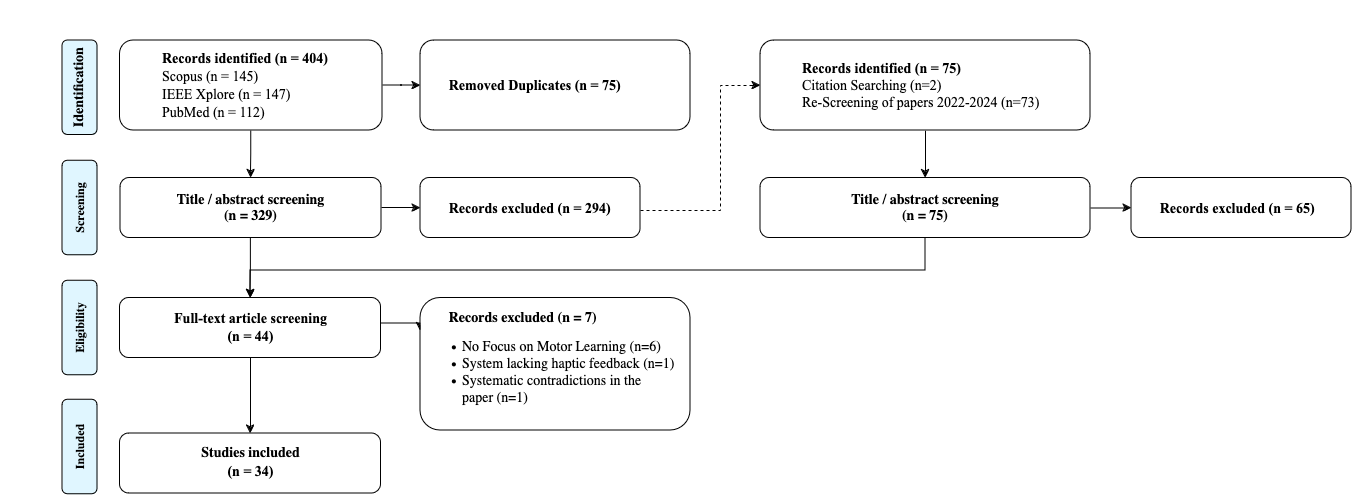
This is figures/prisma_overview.png from Hobsyllvin/Literature-Research-Master-Thesis, a draw.io export, as it was before one commit. Source tidied: cells renumbered, new cells last; positions are measured from the earlier drawing's top-left corner, leaving out a move shared by most shapes.
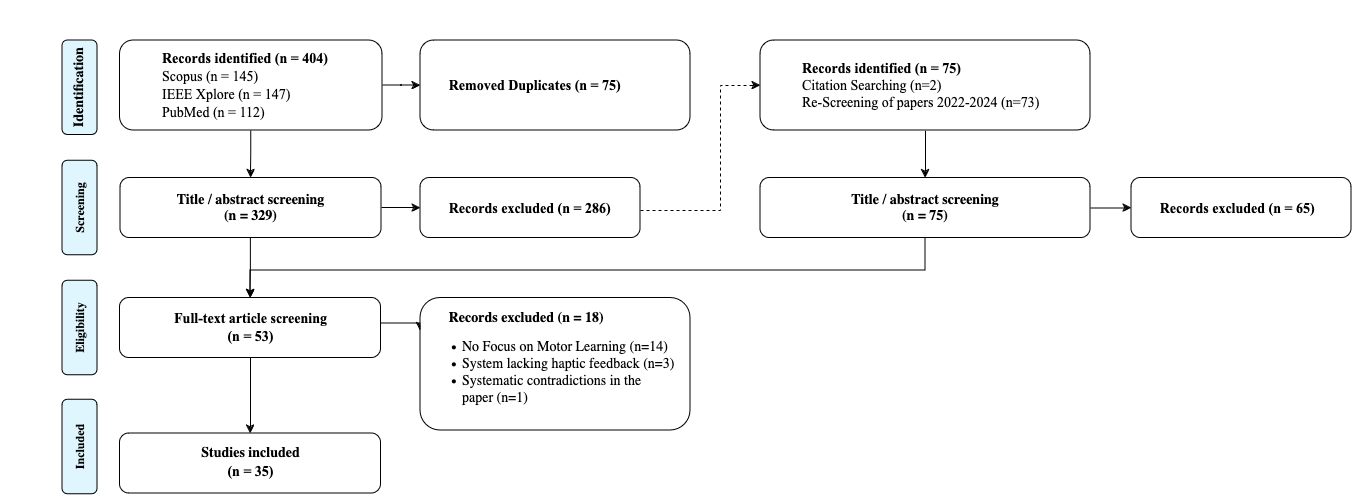
Later version of the same file.

Diff of the diagram source:
```diff
@@ -31,16 +31,16 @@
         </Array>
       </mxGeometry>
     </mxCell>
-    <mxCell id="10" value="&lt;div&gt;&lt;font style=&quot;font-size: 14px;&quot; face=&quot;Times New Roman&quot;&gt;&lt;b&gt;&lt;font&gt;Full-text article screening&lt;/font&gt;&lt;/b&gt;&lt;/font&gt;&lt;/div&gt;&lt;div&gt;&lt;b&gt;&lt;font style=&quot;font-size: 14px;&quot; face=&quot;Times New Roman&quot;&gt;(n = 44)&lt;/font&gt;&lt;font size=&quot;3&quot; face=&quot;kwr3ORwjJ1YsfLUXT_0h&quot;&gt;&lt;br&gt;&lt;/font&gt;&lt;/b&gt;&lt;/div&gt;" style="rounded=1;whiteSpace=wrap;html=1;fontSize=12;glass=0;strokeWidth=1;shadow=0;" parent="1" vertex="1">
+    <mxCell id="10" value="&lt;div&gt;&lt;font style=&quot;font-size: 14px;&quot; face=&quot;Times New Roman&quot;&gt;&lt;b&gt;&lt;font&gt;Full-text article screening&lt;/font&gt;&lt;/b&gt;&lt;/font&gt;&lt;/div&gt;&lt;div&gt;&lt;b&gt;&lt;font style=&quot;font-size: 14px;&quot; face=&quot;Times New Roman&quot;&gt;(n = 53)&lt;/font&gt;&lt;font size=&quot;3&quot; face=&quot;kwr3ORwjJ1YsfLUXT_0h&quot;&gt;&lt;br&gt;&lt;/font&gt;&lt;/b&gt;&lt;/div&gt;" style="rounded=1;whiteSpace=wrap;html=1;fontSize=12;glass=0;strokeWidth=1;shadow=0;" parent="1" vertex="1">
       <mxGeometry x="119.5" y="297.5" width="261" height="60" as="geometry" />
     </mxCell>
-    <mxCell id="11" value="&lt;div align=&quot;left&quot;&gt;&lt;div&gt;&lt;font face=&quot;Times New Roman&quot;&gt;&lt;b&gt;&lt;font style=&quot;font-size: 14px;&quot;&gt;&lt;span style=&quot;white-space: pre;&quot;&gt;&#9;&lt;/span&gt;Records excluded (n = 294)&lt;/font&gt;&lt;/b&gt;&lt;/font&gt;&lt;/div&gt;&lt;/div&gt;" style="rounded=1;whiteSpace=wrap;html=1;fontSize=12;glass=0;strokeWidth=1;shadow=0;align=left;" parent="1" vertex="1">
+    <mxCell id="11" value="&lt;div align=&quot;left&quot;&gt;&lt;div&gt;&lt;font face=&quot;Times New Roman&quot;&gt;&lt;b&gt;&lt;font style=&quot;font-size: 14px;&quot;&gt;&lt;span style=&quot;white-space: pre;&quot;&gt;&#9;&lt;/span&gt;Records excluded (n = 286)&lt;/font&gt;&lt;/b&gt;&lt;/font&gt;&lt;/div&gt;&lt;/div&gt;" style="rounded=1;whiteSpace=wrap;html=1;fontSize=12;glass=0;strokeWidth=1;shadow=0;align=left;" parent="1" vertex="1">
       <mxGeometry x="420" y="177.5" width="220" height="60" as="geometry" />
     </mxCell>
-    <mxCell id="12" value="&lt;div align=&quot;justify&quot;&gt;&lt;b&gt;&lt;font style=&quot;font-size: 14px;&quot; face=&quot;Lucida Console&quot;&gt;&lt;span style=&quot;white-space: pre;&quot;&gt;&#9;&lt;/span&gt;Records excluded (n = 7)&lt;/font&gt;&lt;/b&gt;&lt;/div&gt;&lt;div align=&quot;justify&quot;&gt;&lt;ul&gt;&lt;li&gt;&lt;font style=&quot;font-size: 14px;&quot; face=&quot;mY5P2F2tdVI3r5gdOyLp&quot;&gt;No Focus on Motor Learning&lt;/font&gt;&lt;font style=&quot;font-size: 14px;&quot; face=&quot;mY5P2F2tdVI3r5gdOyLp&quot;&gt; (n=6)&lt;/font&gt;&lt;/li&gt;&lt;li&gt;&lt;font style=&quot;font-size: 14px;&quot; face=&quot;mY5P2F2tdVI3r5gdOyLp&quot;&gt;System lacking haptic feedback (n=1)&lt;/font&gt;&lt;/li&gt;&lt;li&gt;&lt;font style=&quot;font-size: 14px;&quot; face=&quot;mY5P2F2tdVI3r5gdOyLp&quot;&gt;Systematic contradictions in the &lt;br&gt;paper (n=1)&lt;br&gt;&lt;/font&gt;&lt;/li&gt;&lt;/ul&gt;&lt;/div&gt;" style="rounded=1;whiteSpace=wrap;html=1;fontSize=12;glass=0;strokeWidth=1;shadow=0;align=left;" parent="1" vertex="1">
+    <mxCell id="12" value="&lt;div align=&quot;justify&quot;&gt;&lt;b&gt;&lt;font style=&quot;font-size: 14px;&quot; face=&quot;Lucida Console&quot;&gt;&lt;span style=&quot;white-space: pre;&quot;&gt;&#9;&lt;/span&gt;Records excluded (n = 18)&lt;/font&gt;&lt;/b&gt;&lt;/div&gt;&lt;div align=&quot;justify&quot;&gt;&lt;ul&gt;&lt;li&gt;&lt;font style=&quot;font-size: 14px;&quot; face=&quot;mY5P2F2tdVI3r5gdOyLp&quot;&gt;No Focus on Motor Learning&lt;/font&gt;&lt;font style=&quot;font-size: 14px;&quot; face=&quot;mY5P2F2tdVI3r5gdOyLp&quot;&gt; (n=14)&lt;/font&gt;&lt;/li&gt;&lt;li&gt;&lt;font style=&quot;font-size: 14px;&quot; face=&quot;mY5P2F2tdVI3r5gdOyLp&quot;&gt;System lacking haptic feedback (n=3)&lt;/font&gt;&lt;/li&gt;&lt;li&gt;&lt;font style=&quot;font-size: 14px;&quot; face=&quot;mY5P2F2tdVI3r5gdOyLp&quot;&gt;Systematic contradictions in the &lt;br&gt;paper (n=1)&lt;br&gt;&lt;/font&gt;&lt;/li&gt;&lt;/ul&gt;&lt;/div&gt;" style="rounded=1;whiteSpace=wrap;html=1;fontSize=12;glass=0;strokeWidth=1;shadow=0;align=left;" parent="1" vertex="1">
       <mxGeometry x="420" y="297.5" width="270" height="132.5" as="geometry" />
     </mxCell>
-    <mxCell id="13" value="&lt;div&gt;&lt;font style=&quot;font-size: 14px;&quot;&gt;&lt;b&gt;&lt;font face=&quot;Lucida Console&quot;&gt;Studies included&lt;/font&gt;&lt;/b&gt;&lt;/font&gt;&lt;/div&gt;&lt;div&gt;&lt;b&gt;&lt;font face=&quot;Times New Roman&quot; style=&quot;font-size: 14px;&quot;&gt;(n = 34)&lt;/font&gt;&lt;font face=&quot;HePOMZP5A3MMD9hjjT4f&quot; size=&quot;3&quot;&gt;&lt;br&gt;&lt;/font&gt;&lt;/b&gt;&lt;/div&gt;" style="rounded=1;whiteSpace=wrap;html=1;fontSize=12;glass=0;strokeWidth=1;shadow=0;" parent="1" vertex="1">
+    <mxCell id="13" value="&lt;div&gt;&lt;font style=&quot;font-size: 14px;&quot;&gt;&lt;b&gt;&lt;font face=&quot;Lucida Console&quot;&gt;Studies included&lt;/font&gt;&lt;/b&gt;&lt;/font&gt;&lt;/div&gt;&lt;div&gt;&lt;b&gt;&lt;font face=&quot;Times New Roman&quot; style=&quot;font-size: 14px;&quot;&gt;(n = 35)&lt;/font&gt;&lt;font face=&quot;HePOMZP5A3MMD9hjjT4f&quot; size=&quot;3&quot;&gt;&lt;br&gt;&lt;/font&gt;&lt;/b&gt;&lt;/div&gt;" style="rounded=1;whiteSpace=wrap;html=1;fontSize=12;glass=0;strokeWidth=1;shadow=0;" parent="1" vertex="1">
       <mxGeometry x="119.5" y="433" width="261" height="60" as="geometry" />
     </mxCell>
     <mxCell id="14" value="&lt;div align=&quot;left&quot;&gt;&lt;font face=&quot;Times New Roman&quot; style=&quot;font-size: 14px;&quot;&gt;&lt;b&gt;&lt;span style=&quot;white-space: pre;&quot;&gt;&#9;&lt;/span&gt;Removed Duplicates (n = 75)&lt;/b&gt;&lt;/font&gt;&lt;/div&gt;" style="rounded=1;whiteSpace=wrap;html=1;fontSize=12;glass=0;strokeWidth=1;shadow=0;align=left;" parent="1" vertex="1">
```
